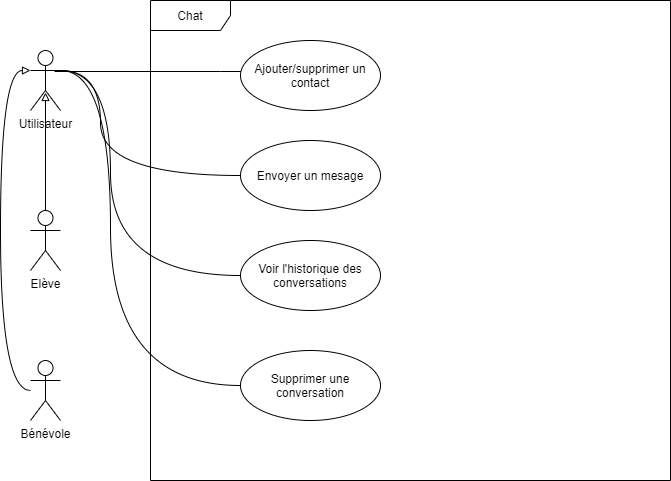
Dany-cm/P3_Designez_une_application keeps this draw.io diagram as UML/uml_page_de_chat.png. Above is the earlier version. Source tidied: cells renumbered, new cells last; positions are measured from the earlier drawing's top-left corner, leaving out a move shared by most shapes.
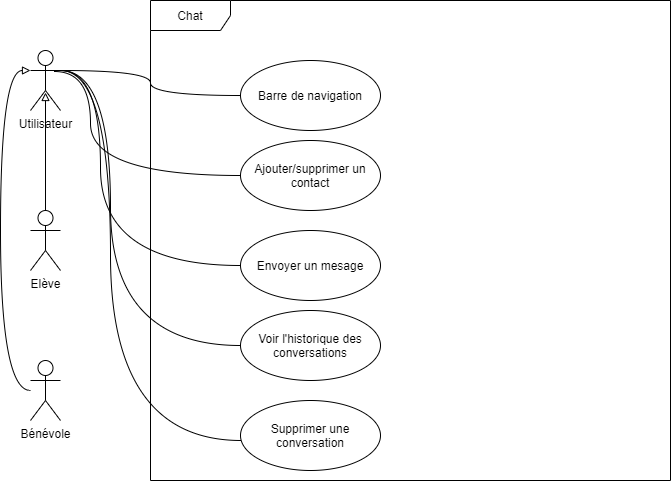
After the change.

Commit message:
Ajouts de la barre de navigation

Diff of the diagram source:
```diff
@@ -28,47 +28,53 @@
     <mxCell id="8" style="edgeStyle=orthogonalEdgeStyle;jettySize=auto;html=1;entryX=1;entryY=0.3333333333333333;entryDx=0;entryDy=0;entryPerimeter=0;curved=1;endArrow=none;endFill=0;" parent="1" edge="1" source="9" target="2">
       <mxGeometry relative="1" as="geometry">
         <Array as="points">
-          <mxPoint x="100" y="175" />
+          <mxPoint x="100" y="265" />
           <mxPoint x="100" y="70" />
         </Array>
       </mxGeometry>
     </mxCell>
     <mxCell id="9" value="Envoyer un mesage" style="ellipse;whiteSpace=wrap;html=1;" parent="1" vertex="1">
-      <mxGeometry x="240" y="140" width="140" height="70" as="geometry" />
+      <mxGeometry x="240" y="230" width="140" height="70" as="geometry" />
     </mxCell>
     <mxCell id="10" style="edgeStyle=orthogonalEdgeStyle;curved=1;jettySize=auto;html=1;entryX=0.8;entryY=0.35;entryDx=0;entryDy=0;entryPerimeter=0;startArrow=none;startFill=0;endArrow=none;endFill=0;" parent="1" edge="1" source="11" target="2">
       <mxGeometry relative="1" as="geometry">
         <Array as="points">
-          <mxPoint x="220" y="71" />
-          <mxPoint x="220" y="71" />
+          <mxPoint x="90" y="175" />
+          <mxPoint x="90" y="71" />
         </Array>
       </mxGeometry>
     </mxCell>
     <mxCell id="11" value="Ajouter/supprimer un contact" style="ellipse;whiteSpace=wrap;html=1;" parent="1" vertex="1">
-      <mxGeometry x="240" y="40" width="140" height="70" as="geometry" />
+      <mxGeometry x="240" y="140" width="140" height="70" as="geometry" />
     </mxCell>
     <mxCell id="12" style="edgeStyle=orthogonalEdgeStyle;curved=1;jettySize=auto;html=1;entryX=1;entryY=0.3333333333333333;entryDx=0;entryDy=0;entryPerimeter=0;startArrow=none;startFill=0;endArrow=none;endFill=0;" parent="1" edge="1" source="13" target="2">
       <mxGeometry relative="1" as="geometry">
         <Array as="points">
-          <mxPoint x="110" y="385" />
+          <mxPoint x="110" y="440" />
           <mxPoint x="110" y="70" />
         </Array>
       </mxGeometry>
     </mxCell>
     <mxCell id="13" value="Supprimer une conversation" style="ellipse;whiteSpace=wrap;html=1;" parent="1" vertex="1">
-      <mxGeometry x="240" y="350" width="140" height="70" as="geometry" />
+      <mxGeometry x="240" y="400" width="140" height="70" as="geometry" />
     </mxCell>
     <mxCell id="14" style="edgeStyle=orthogonalEdgeStyle;curved=1;jettySize=auto;html=1;startArrow=none;startFill=0;endArrow=none;endFill=0;" parent="1" edge="1" source="15">
       <mxGeometry relative="1" as="geometry">
         <mxPoint x="60" y="70" as="targetPoint" />
         <Array as="points">
-          <mxPoint x="110" y="275" />
+          <mxPoint x="110" y="345" />
           <mxPoint x="110" y="70" />
         </Array>
       </mxGeometry>
     </mxCell>
     <mxCell id="15" value="Voir l'historique des conversations" style="ellipse;whiteSpace=wrap;html=1;" parent="1" vertex="1">
-      <mxGeometry x="240" y="240" width="140" height="70" as="geometry" />
+      <mxGeometry x="240" y="310" width="140" height="70" as="geometry" />
     </mxCell>
+    <mxCell id="16" style="edgeStyle=orthogonalEdgeStyle;curved=1;jettySize=auto;html=1;entryX=1;entryY=0.3333333333333333;entryDx=0;entryDy=0;entryPerimeter=0;endArrow=none;endFill=0;" parent="1" edge="1" source="17" target="2">
+      <mxGeometry relative="1" as="geometry" />
+    </mxCell>
+    <mxCell id="17" value="Barre de navigation" style="ellipse;whiteSpace=wrap;html=1;" parent="1" vertex="1">
+      <mxGeometry x="240" y="60" width="140" height="70" as="geometry" />
+    </mxCell>
   </root>
 </mxGraphModel>
```
